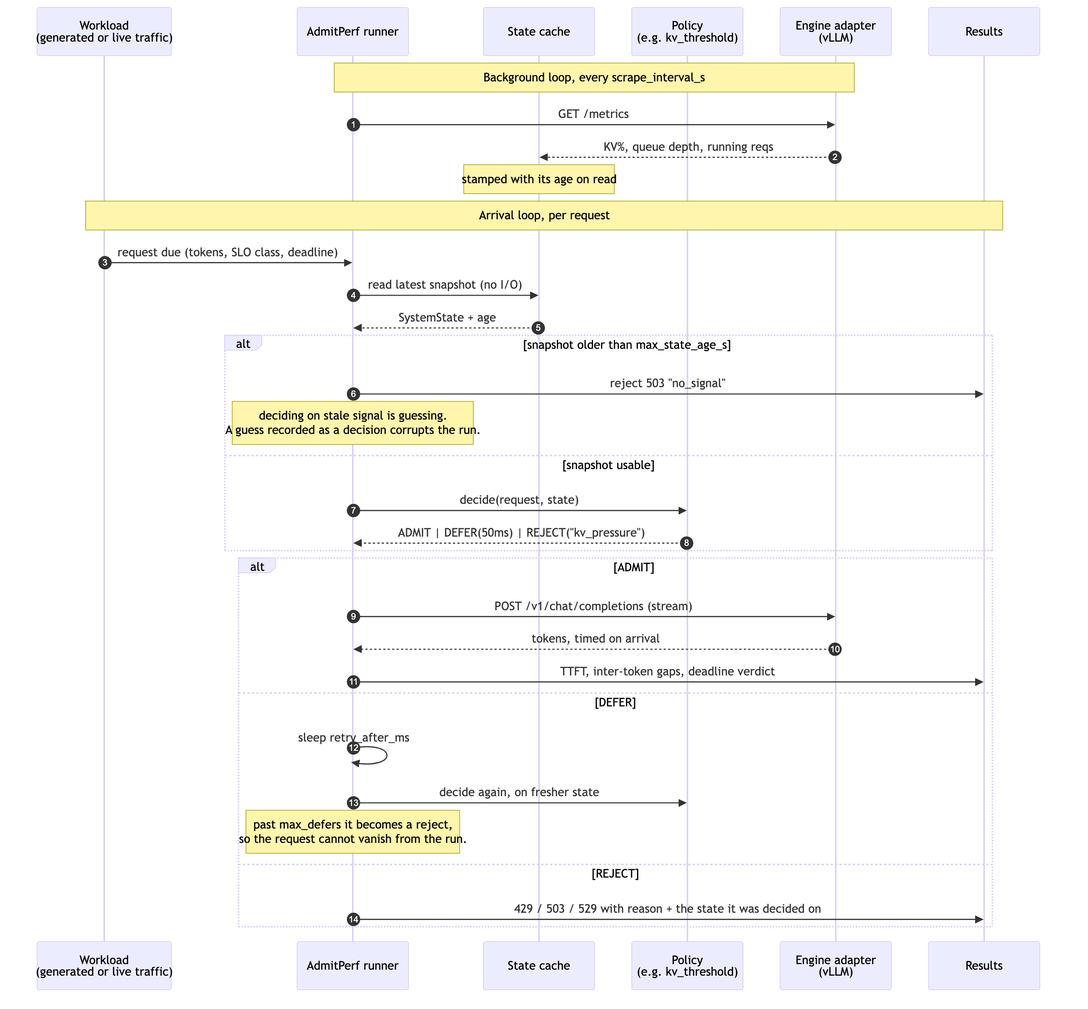
Before: docs/architecture/04-dynamic.png, a diagram exported from Mermaid (harshuljain13/AdmitPerf). Its source is kept beside it as docs/architecture/04-dynamic.mmd.
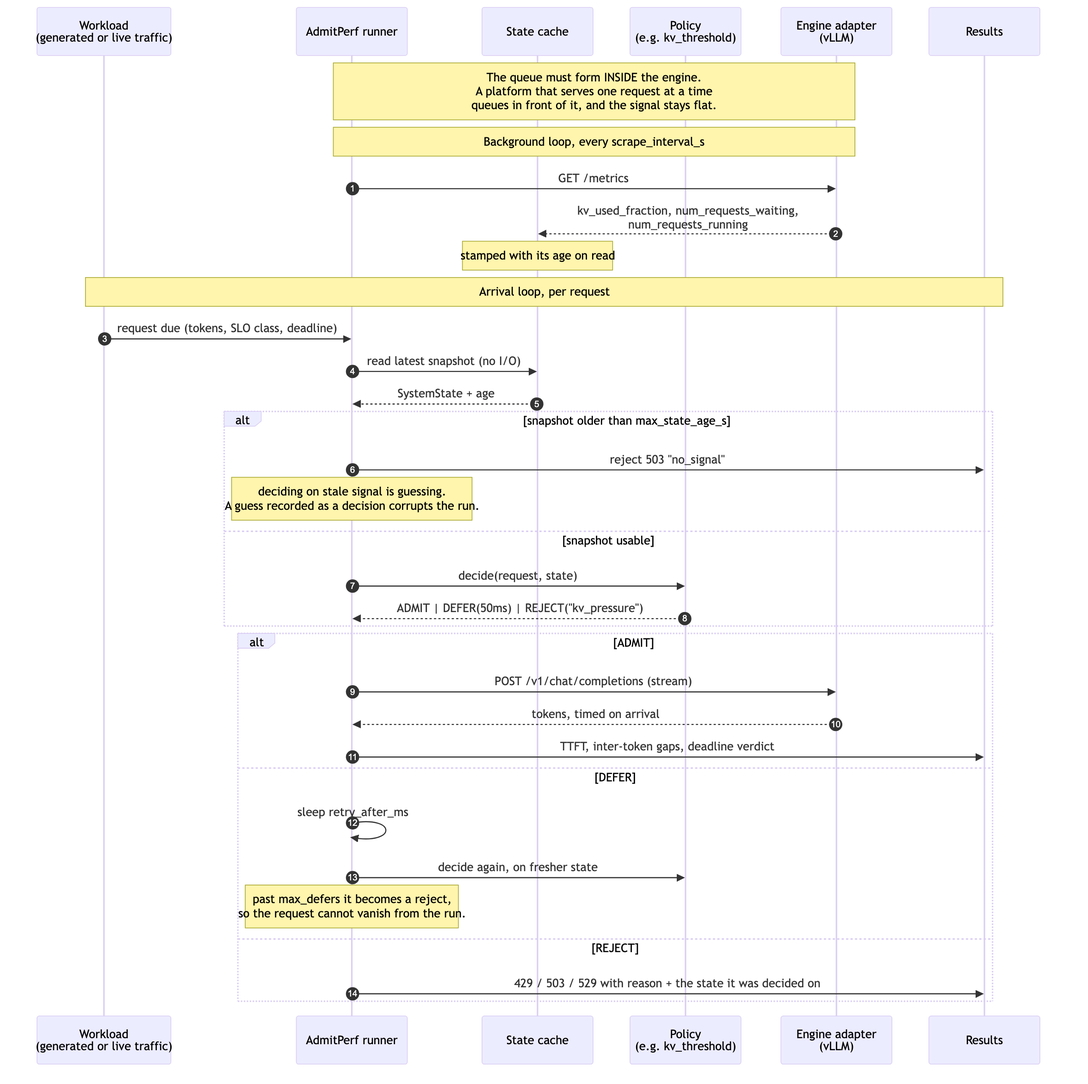
Later version of the same file.

The edit, as a diff of the source:
```diff
@@ -7,9 +7,11 @@
   participant E as Engine adapter<br/>(vLLM)
   participant M as Results
 
+  Note over R,E: The queue must form INSIDE the engine.<br/>A platform that serves one request at a time<br/>queues in front of it, and the signal stays flat.
+
   Note over R,E: Background loop, every scrape_interval_s
   R->>E: GET /metrics
-  E-->>S: KV%, queue depth, running reqs
+  E-->>S: kv_used_fraction, num_requests_waiting,<br/>num_requests_running
   Note over S: stamped with its age on read
 
   Note over W,M: Arrival loop, per request
```
